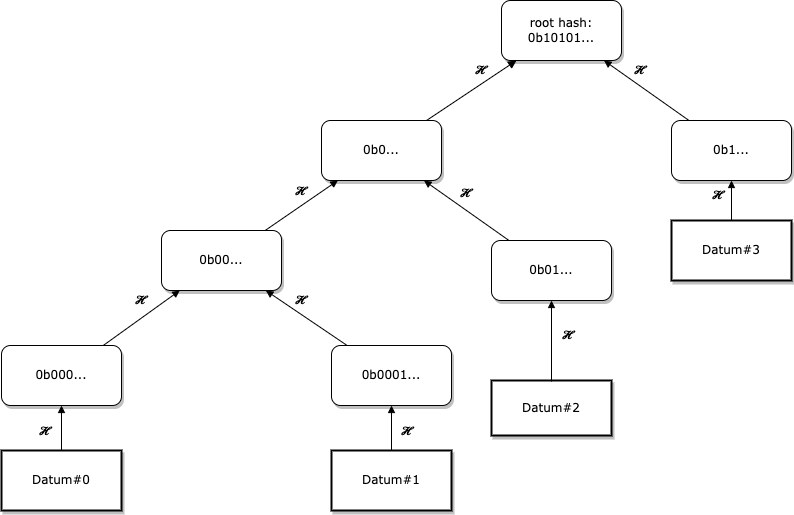
This is images/mt.png from tompgn/midterm, a draw.io export, as it was before one commit. Source tidied: cells renumbered, new cells last; positions are measured from the earlier drawing's top-left corner, leaving out a move shared by most shapes. The source it was exported from:
```xml
<mxGraphModel>
  <root>
    <mxCell id="0" />
    <mxCell id="1" parent="0" />
    <mxCell id="2" value="root hash:&lt;br&gt;0b10101..." style="whiteSpace=wrap;html=1;rounded=1;shadow=1;labelBackgroundColor=none;strokeWidth=1;fontFamily=Verdana;fontSize=12;align=center;" parent="1" vertex="1">
      <mxGeometry x="500" width="120" height="60" as="geometry" />
    </mxCell>
    <mxCell id="3" value="&lt;span&gt;0b0...&lt;/span&gt;" style="whiteSpace=wrap;html=1;rounded=1;shadow=1;labelBackgroundColor=none;strokeWidth=1;fontFamily=Verdana;fontSize=12;align=center;" parent="1" vertex="1">
      <mxGeometry x="320" y="120" width="120" height="60" as="geometry" />
    </mxCell>
    <mxCell id="4" value="&lt;span&gt;0b1...&lt;/span&gt;" style="whiteSpace=wrap;html=1;rounded=1;shadow=1;labelBackgroundColor=none;strokeWidth=1;fontFamily=Verdana;fontSize=12;align=center;" parent="1" vertex="1">
      <mxGeometry x="670" y="120" width="120" height="60" as="geometry" />
    </mxCell>
    <mxCell id="5" value="𝓗" style="rounded=0;html=1;labelBackgroundColor=none;startArrow=block;startFill=1;startSize=5;endArrow=none;endFill=0;endSize=5;jettySize=auto;strokeWidth=1;fontFamily=Verdana;fontSize=12;" parent="1" edge="1" source="2" target="4">
      <mxGeometry x="-0.3" y="13" relative="1" as="geometry" />
    </mxCell>
    <mxCell id="6" value="𝓗" style="rounded=0;html=1;labelBackgroundColor=none;startArrow=block;startFill=1;endArrow=none;endFill=0;jettySize=auto;strokeWidth=1;fontFamily=Verdana;fontSize=12;targetPerimeterSpacing=0;" parent="1" edge="1" source="2" target="3">
      <mxGeometry x="-0.36" y="-11" relative="1" as="geometry" />
    </mxCell>
    <mxCell id="7" value="0b00..." style="whiteSpace=wrap;html=1;rounded=1;shadow=1;labelBackgroundColor=none;strokeWidth=1;fontFamily=Verdana;fontSize=12;align=center;" parent="1" vertex="1">
      <mxGeometry x="160" y="230" width="120" height="60" as="geometry" />
    </mxCell>
    <mxCell id="8" value="0b01..." style="whiteSpace=wrap;html=1;rounded=1;shadow=1;labelBackgroundColor=none;strokeWidth=1;fontFamily=Verdana;fontSize=12;align=center;" parent="1" vertex="1">
      <mxGeometry x="490" y="240" width="120" height="60" as="geometry" />
    </mxCell>
    <mxCell id="9" value="&lt;span&gt;Datum#3&lt;/span&gt;" style="whiteSpace=wrap;html=1;rounded=0;shadow=1;labelBackgroundColor=none;strokeWidth=2;fontFamily=Verdana;fontSize=12;align=center;" parent="1" vertex="1">
      <mxGeometry x="670" y="220" width="120" height="60" as="geometry" />
    </mxCell>
    <mxCell id="10" value="0b000..." style="whiteSpace=wrap;html=1;rounded=1;shadow=1;labelBackgroundColor=none;strokeWidth=1;fontFamily=Verdana;fontSize=12;align=center;" parent="1" vertex="1">
      <mxGeometry y="345" width="120" height="60" as="geometry" />
    </mxCell>
    <mxCell id="11" value="0b0001..." style="whiteSpace=wrap;html=1;rounded=1;shadow=1;labelBackgroundColor=none;strokeWidth=1;fontFamily=Verdana;fontSize=12;align=center;" parent="1" vertex="1">
      <mxGeometry x="330" y="345" width="120" height="60" as="geometry" />
    </mxCell>
    <mxCell id="12" value="&lt;font style=&quot;font-size: 12px;&quot;&gt;𝓗&lt;/font&gt;" style="rounded=0;html=1;labelBackgroundColor=none;startArrow=block;startFill=1;startSize=5;endArrow=none;endFill=0;endSize=5;jettySize=auto;strokeWidth=1;fontFamily=Verdana;fontSize=18;" parent="1" edge="1" source="3" target="7">
      <mxGeometry x="-0.2" y="-14" relative="1" as="geometry" />
    </mxCell>
    <mxCell id="13" value="𝓗" style="rounded=0;html=1;labelBackgroundColor=none;startArrow=block;startFill=1;startSize=5;endArrow=none;endFill=0;endSize=5;jettySize=auto;strokeWidth=1;fontFamily=Verdana;fontSize=12;" parent="1" edge="1" source="3" target="8">
      <mxGeometry x="-0.2" y="14" relative="1" as="geometry" />
    </mxCell>
    <mxCell id="14" value="𝓗" style="rounded=0;html=1;labelBackgroundColor=none;startArrow=block;startFill=1;startSize=5;endArrow=none;endFill=0;endSize=5;jettySize=auto;strokeWidth=1;fontFamily=Verdana;fontSize=12;" parent="1" edge="1" source="4" target="9">
      <mxGeometry x="-0.26" y="-13" relative="1" as="geometry" />
    </mxCell>
    <mxCell id="15" value="𝓗" style="rounded=0;html=1;labelBackgroundColor=none;startArrow=block;startFill=1;startSize=5;endArrow=none;endFill=0;endSize=5;jettySize=auto;strokeWidth=1;fontFamily=Verdana;fontSize=12;" parent="1" edge="1" source="7" target="10">
      <mxGeometry x="-0.22" y="-14" relative="1" as="geometry" />
    </mxCell>
    <mxCell id="16" value="𝓗" style="rounded=0;html=1;labelBackgroundColor=none;startArrow=block;startFill=1;startSize=5;endArrow=none;endFill=0;endSize=5;jettySize=auto;strokeWidth=1;fontFamily=Verdana;fontSize=12;" parent="1" edge="1" source="7" target="11">
      <mxGeometry x="-0.28" y="12" relative="1" as="geometry" />
    </mxCell>
    <mxCell id="17" value="Datum#0" style="whiteSpace=wrap;html=1;rounded=0;shadow=1;labelBackgroundColor=none;strokeWidth=2;fontFamily=Verdana;fontSize=12;align=center;" parent="1" vertex="1">
      <mxGeometry y="450" width="120" height="60" as="geometry" />
    </mxCell>
    <mxCell id="18" value="&lt;span&gt;Datum#1&lt;/span&gt;" style="whiteSpace=wrap;html=1;rounded=0;shadow=1;labelBackgroundColor=none;strokeWidth=2;fontFamily=Verdana;fontSize=12;align=center;" parent="1" vertex="1">
      <mxGeometry x="330" y="450" width="120" height="60" as="geometry" />
    </mxCell>
    <mxCell id="19" value="𝓗" style="rounded=0;html=1;labelBackgroundColor=none;startArrow=block;startFill=1;startSize=5;endArrow=none;endFill=0;endSize=5;jettySize=auto;strokeWidth=1;fontFamily=Verdana;fontSize=12;" parent="1" edge="1" source="10" target="17">
      <mxGeometry x="0.14" y="-16" relative="1" as="geometry" />
    </mxCell>
    <mxCell id="20" value="𝓗" style="rounded=0;html=1;labelBackgroundColor=none;startArrow=block;startFill=1;startSize=5;endArrow=none;endFill=0;endSize=5;jettySize=auto;strokeWidth=1;fontFamily=Verdana;fontSize=12;" parent="1" edge="1" source="11" target="18">
      <mxGeometry x="0.14" y="16" relative="1" as="geometry" />
    </mxCell>
    <mxCell id="21" value="&lt;span&gt;Datum#2&lt;/span&gt;" style="whiteSpace=wrap;html=1;rounded=0;shadow=1;labelBackgroundColor=none;strokeWidth=2;fontFamily=Verdana;fontSize=12;align=center;" parent="1" vertex="1">
      <mxGeometry x="490" y="380" width="120" height="55" as="geometry" />
    </mxCell>
    <mxCell id="22" value="𝓗" style="rounded=0;html=1;labelBackgroundColor=none;startArrow=block;startFill=1;startSize=5;endArrow=none;endFill=0;endSize=5;jettySize=auto;strokeWidth=1;fontFamily=Verdana;fontSize=12;" parent="1" edge="1" source="8">
      <mxGeometry x="-0.13" y="17" relative="1" as="geometry">
        <mxPoint x="550" y="381" as="targetPoint" />
      </mxGeometry>
    </mxCell>
  </root>
</mxGraphModel>
```
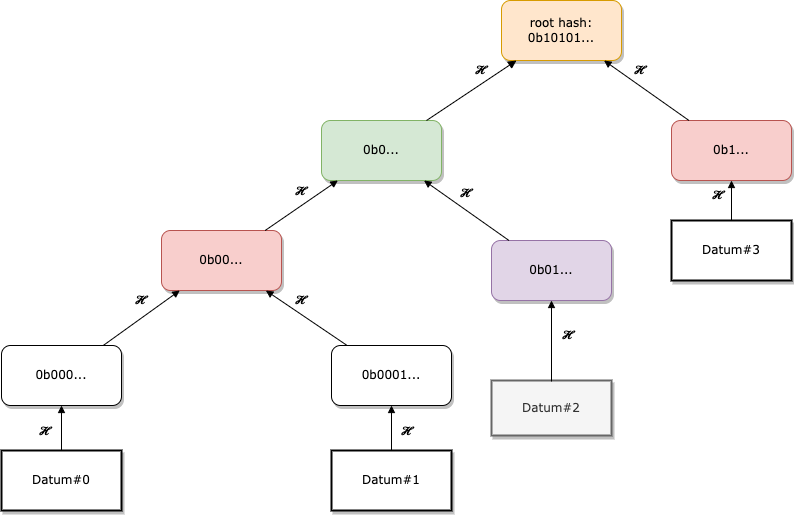
After the commit.

The edit, as a diff of the source:
```diff
@@ -2,13 +2,13 @@
   <root>
     <mxCell id="0" />
     <mxCell id="1" parent="0" />
-    <mxCell id="2" value="root hash:&lt;br&gt;0b10101..." style="whiteSpace=wrap;html=1;rounded=1;shadow=1;labelBackgroundColor=none;strokeWidth=1;fontFamily=Verdana;fontSize=12;align=center;" parent="1" vertex="1">
+    <mxCell id="2" value="root hash:&lt;br&gt;0b10101..." style="whiteSpace=wrap;html=1;rounded=1;shadow=1;labelBackgroundColor=none;strokeWidth=1;fontFamily=Verdana;fontSize=12;align=center;fillColor=#ffe6cc;strokeColor=#d79b00;" parent="1" vertex="1">
       <mxGeometry x="500" width="120" height="60" as="geometry" />
     </mxCell>
-    <mxCell id="3" value="&lt;span&gt;0b0...&lt;/span&gt;" style="whiteSpace=wrap;html=1;rounded=1;shadow=1;labelBackgroundColor=none;strokeWidth=1;fontFamily=Verdana;fontSize=12;align=center;" parent="1" vertex="1">
+    <mxCell id="3" value="&lt;span&gt;0b0...&lt;/span&gt;" style="whiteSpace=wrap;html=1;rounded=1;shadow=1;labelBackgroundColor=none;strokeWidth=1;fontFamily=Verdana;fontSize=12;align=center;fillColor=#d5e8d4;strokeColor=#82b366;" parent="1" vertex="1">
       <mxGeometry x="320" y="120" width="120" height="60" as="geometry" />
     </mxCell>
-    <mxCell id="4" value="&lt;span&gt;0b1...&lt;/span&gt;" style="whiteSpace=wrap;html=1;rounded=1;shadow=1;labelBackgroundColor=none;strokeWidth=1;fontFamily=Verdana;fontSize=12;align=center;" parent="1" vertex="1">
+    <mxCell id="4" value="&lt;span&gt;0b1...&lt;/span&gt;" style="whiteSpace=wrap;html=1;rounded=1;shadow=1;labelBackgroundColor=none;strokeWidth=1;fontFamily=Verdana;fontSize=12;align=center;fillColor=#f8cecc;strokeColor=#b85450;" parent="1" vertex="1">
       <mxGeometry x="670" y="120" width="120" height="60" as="geometry" />
     </mxCell>
     <mxCell id="5" value="𝓗" style="rounded=0;html=1;labelBackgroundColor=none;startArrow=block;startFill=1;startSize=5;endArrow=none;endFill=0;endSize=5;jettySize=auto;strokeWidth=1;fontFamily=Verdana;fontSize=12;" parent="1" edge="1" source="2" target="4">
@@ -17,10 +17,10 @@
     <mxCell id="6" value="𝓗" style="rounded=0;html=1;labelBackgroundColor=none;startArrow=block;startFill=1;endArrow=none;endFill=0;jettySize=auto;strokeWidth=1;fontFamily=Verdana;fontSize=12;targetPerimeterSpacing=0;" parent="1" edge="1" source="2" target="3">
       <mxGeometry x="-0.36" y="-11" relative="1" as="geometry" />
     </mxCell>
-    <mxCell id="7" value="0b00..." style="whiteSpace=wrap;html=1;rounded=1;shadow=1;labelBackgroundColor=none;strokeWidth=1;fontFamily=Verdana;fontSize=12;align=center;" parent="1" vertex="1">
+    <mxCell id="7" value="0b00..." style="whiteSpace=wrap;html=1;rounded=1;shadow=1;labelBackgroundColor=none;strokeWidth=1;fontFamily=Verdana;fontSize=12;align=center;fillColor=#f8cecc;strokeColor=#b85450;" parent="1" vertex="1">
       <mxGeometry x="160" y="230" width="120" height="60" as="geometry" />
     </mxCell>
-    <mxCell id="8" value="0b01..." style="whiteSpace=wrap;html=1;rounded=1;shadow=1;labelBackgroundColor=none;strokeWidth=1;fontFamily=Verdana;fontSize=12;align=center;" parent="1" vertex="1">
+    <mxCell id="8" value="0b01..." style="whiteSpace=wrap;html=1;rounded=1;shadow=1;labelBackgroundColor=none;strokeWidth=1;fontFamily=Verdana;fontSize=12;align=center;fillColor=#e1d5e7;strokeColor=#9673a6;" parent="1" vertex="1">
       <mxGeometry x="490" y="240" width="120" height="60" as="geometry" />
     </mxCell>
     <mxCell id="9" value="&lt;span&gt;Datum#3&lt;/span&gt;" style="whiteSpace=wrap;html=1;rounded=0;shadow=1;labelBackgroundColor=none;strokeWidth=2;fontFamily=Verdana;fontSize=12;align=center;" parent="1" vertex="1">
@@ -59,7 +59,7 @@
     <mxCell id="20" value="𝓗" style="rounded=0;html=1;labelBackgroundColor=none;startArrow=block;startFill=1;startSize=5;endArrow=none;endFill=0;endSize=5;jettySize=auto;strokeWidth=1;fontFamily=Verdana;fontSize=12;" parent="1" edge="1" source="11" target="18">
       <mxGeometry x="0.14" y="16" relative="1" as="geometry" />
     </mxCell>
-    <mxCell id="21" value="&lt;span&gt;Datum#2&lt;/span&gt;" style="whiteSpace=wrap;html=1;rounded=0;shadow=1;labelBackgroundColor=none;strokeWidth=2;fontFamily=Verdana;fontSize=12;align=center;" parent="1" vertex="1">
+    <mxCell id="21" value="&lt;span&gt;Datum#2&lt;/span&gt;" style="whiteSpace=wrap;html=1;rounded=0;shadow=1;labelBackgroundColor=none;strokeWidth=2;fontFamily=Verdana;fontSize=12;align=center;fillColor=#f5f5f5;fontColor=#333333;strokeColor=#666666;" parent="1" vertex="1">
       <mxGeometry x="490" y="380" width="120" height="55" as="geometry" />
     </mxCell>
     <mxCell id="22" value="𝓗" style="rounded=0;html=1;labelBackgroundColor=none;startArrow=block;startFill=1;startSize=5;endArrow=none;endFill=0;endSize=5;jettySize=auto;strokeWidth=1;fontFamily=Verdana;fontSize=12;" parent="1" edge="1" source="8">
```
